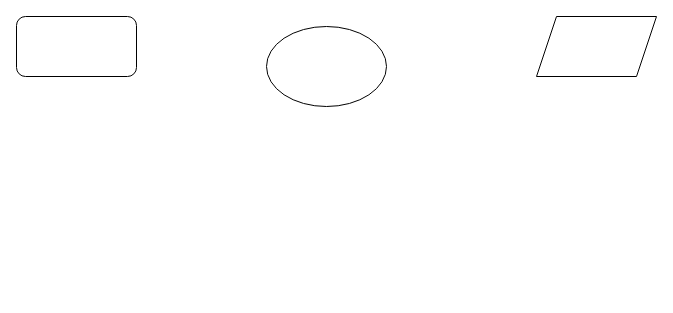
This is demo123.drawio from albmvas/edgar, a draw.io file, before an edit. Source tidied: cells renumbered, new cells numbered last; positions are measured from the earlier drawing's top-left corner, leaving out a move shared by most shapes. Both pictures are drawn from the tidied source at 100%, with x=0, y=0 at pixel (16, 16).
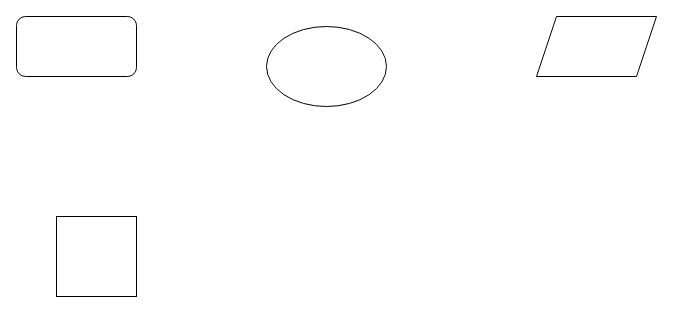
The same diagram, later.

Commit message:
alteração do edgar

The edit, as a diff of the source:
```diff
@@
 <mxGraphModel>
   <root>
     <mxCell id="0" />
     <mxCell id="1" parent="0" />
     <mxCell id="2" style="rounded=1;whiteSpace=wrap;html=1;" parent="1" vertex="1">
       <mxGeometry width="120" height="60" as="geometry" />
     </mxCell>
     <mxCell id="3" style="ellipse;whiteSpace=wrap;html=1;" parent="1" vertex="1">
       <mxGeometry x="250" y="10" width="120" height="80" as="geometry" />
     </mxCell>
     <mxCell id="4" style="shape=parallelogram;perimeter=parallelogramPerimeter;whiteSpace=wrap;html=1;fixedSize=1;" parent="1" vertex="1">
       <mxGeometry x="520" width="120" height="60" as="geometry" />
     </mxCell>
+    <mxCell id="5" style="whiteSpace=wrap;html=1;" parent="1" vertex="1">
+      <mxGeometry x="40" y="200" width="80" height="80" as="geometry" />
+    </mxCell>
   </root>
 </mxGraphModel>
```
